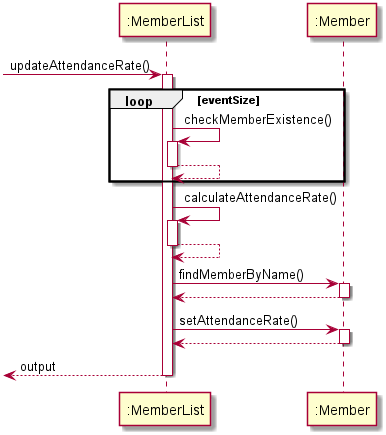
This is docs/hrDiagramPic/UpdateAttendanceRate.png from nus-cs2113-AY2021S1/tp, a PlantUML export, as it was before one commit. Source of this version:
```plantuml
@startuml
 -> ":MemberList" : updateAttendanceRate()
 activate ":MemberList"
 loop eventSize
 ":MemberList" -> ":MemberList" : checkMemberExistence()
 activate ":MemberList"
 ":MemberList" --> ":MemberList"
 deactivate ":MemberList"
 end
 ":MemberList" -> ":MemberList" : calculateAttendanceRate()
 activate ":MemberList"
 ":MemberList" --> ":MemberList"
 deactivate ":MemberList"
 ":MemberList" -> ":Member" : findMemberByName()
 activate ":Member"
 return
 deactivate ":Member"
 ":MemberList" -> ":Member" :setAttendanceRate()
 activate ":Member"
 return
 deactivate ":Member"
 <-- ":MemberList" : output
 deactivate ":MemberList"
 @enduml
```
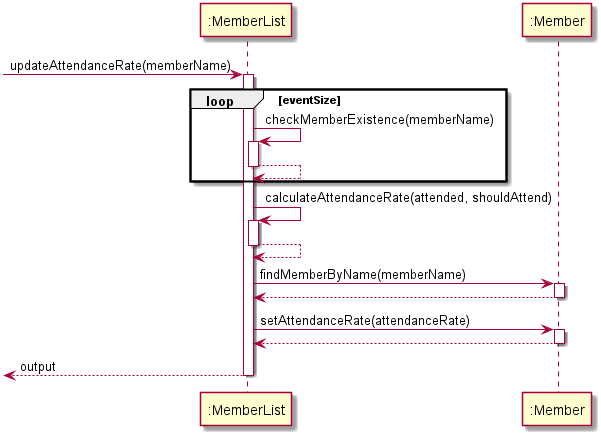
Above is the later version.

Change to the diagram source:
```diff
@@ -1,21 +1,21 @@
 @startuml
- -> ":MemberList" : updateAttendanceRate()
+ -> ":MemberList" : updateAttendanceRate(memberName)
  activate ":MemberList"
  loop eventSize
- ":MemberList" -> ":MemberList" : checkMemberExistence()
+ ":MemberList" -> ":MemberList" : checkMemberExistence(memberName)
  activate ":MemberList"
  ":MemberList" --> ":MemberList"
  deactivate ":MemberList"
  end
- ":MemberList" -> ":MemberList" : calculateAttendanceRate()
+ ":MemberList" -> ":MemberList" : calculateAttendanceRate(attended, shouldAttend)
  activate ":MemberList"
  ":MemberList" --> ":MemberList"
  deactivate ":MemberList"
- ":MemberList" -> ":Member" : findMemberByName()
+ ":MemberList" -> ":Member" : findMemberByName(memberName)
  activate ":Member"
  return
  deactivate ":Member"
- ":MemberList" -> ":Member" :setAttendanceRate()
+ ":MemberList" -> ":Member" :setAttendanceRate(attendanceRate)
  activate ":Member"
  return
  deactivate ":Member"
```
